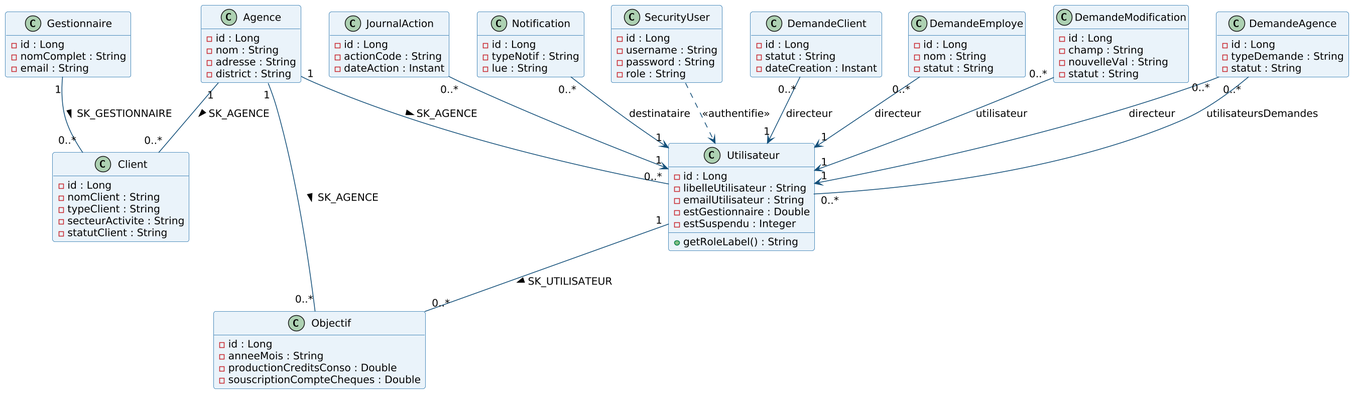
Before: rapport-latex/diagrams/class.png, a diagram exported from PlantUML (ZizouX0/oussema_korbosli). The source it was exported from:
```plantuml
@startuml

skinparam dpi 150
skinparam shadowing false
skinparam DefaultFontName Arial
skinparam DefaultFontSize 13
skinparam ArrowColor #14507A
skinparam roundCorner 6

skinparam classBackgroundColor #EAF3FA
skinparam classBorderColor #1B6CA8
skinparam classArrowColor #14507A
hide empty members

class Agence {
  -id : Long
  -nom : String
  -adresse : String
  -district : String
}
class Utilisateur {
  -id : Long
  -libelleUtilisateur : String
  -emailUtilisateur : String
  -estGestionnaire : Double
  -estSuspendu : Integer
  +getRoleLabel() : String
}
class Client {
  -id : Long
  -nomClient : String
  -typeClient : String
  -secteurActivite : String
  -statutClient : String
}
class Gestionnaire {
  -id : Long
  -nomComplet : String
  -email : String
}
class Objectif {
  -id : Long
  -anneeMois : String
  -productionCreditsConso : Double
  -souscriptionCompteCheques : Double
}
class SecurityUser {
  -id : Long
  -username : String
  -password : String
  -role : String
}
class DemandeClient {
  -id : Long
  -statut : String
  -dateCreation : Instant
}
class DemandeEmploye {
  -id : Long
  -nom : String
  -statut : String
}
class DemandeModification {
  -id : Long
  -champ : String
  -nouvelleVal : String
  -statut : String
}
class DemandeAgence {
  -id : Long
  -typeDemande : String
  -statut : String
}
class JournalAction {
  -id : Long
  -actionCode : String
  -dateAction : Instant
}
class Notification {
  -id : Long
  -typeNotif : String
  -lue : String
}

Agence "1" -- "0..*" Utilisateur : SK_AGENCE >
Agence "1" -- "0..*" Client : SK_AGENCE >
Agence "1" -- "0..*" Objectif : SK_AGENCE >
Gestionnaire "1" -- "0..*" Client : SK_GESTIONNAIRE >
Utilisateur "1" -- "0..*" Objectif : SK_UTILISATEUR >
DemandeClient "0..*" --> "1" Utilisateur : directeur
DemandeEmploye "0..*" --> "1" Utilisateur : directeur
DemandeModification "0..*" --> "1" Utilisateur : utilisateur
DemandeAgence "0..*" --> "1" Utilisateur : directeur
DemandeAgence "0..*" -- "0..*" Utilisateur : utilisateursDemandes
JournalAction "0..*" --> "1" Utilisateur
Notification "0..*" --> "1" Utilisateur : destinataire
SecurityUser ..> Utilisateur : <<authentifie>>
@enduml
```
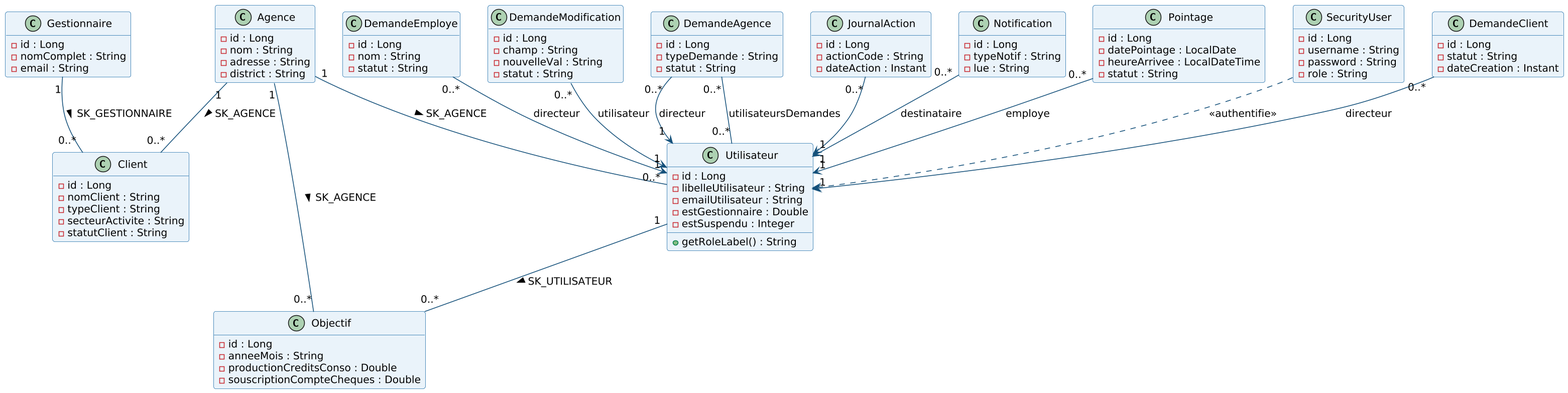
The same file after the commit.

Diff of the diagram source:
```diff
@@ -81,6 +81,12 @@
   -typeNotif : String
   -lue : String
 }
+class Pointage {
+  -id : Long
+  -datePointage : LocalDate
+  -heureArrivee : LocalDateTime
+  -statut : String
+}
 
 Agence "1" -- "0..*" Utilisateur : SK_AGENCE >
 Agence "1" -- "0..*" Client : SK_AGENCE >
@@ -94,5 +100,6 @@
 DemandeAgence "0..*" -- "0..*" Utilisateur : utilisateursDemandes
 JournalAction "0..*" --> "1" Utilisateur
 Notification "0..*" --> "1" Utilisateur : destinataire
+Pointage "0..*" --> "1" Utilisateur : employe
 SecurityUser ..> Utilisateur : <<authentifie>>
 @enduml
```
